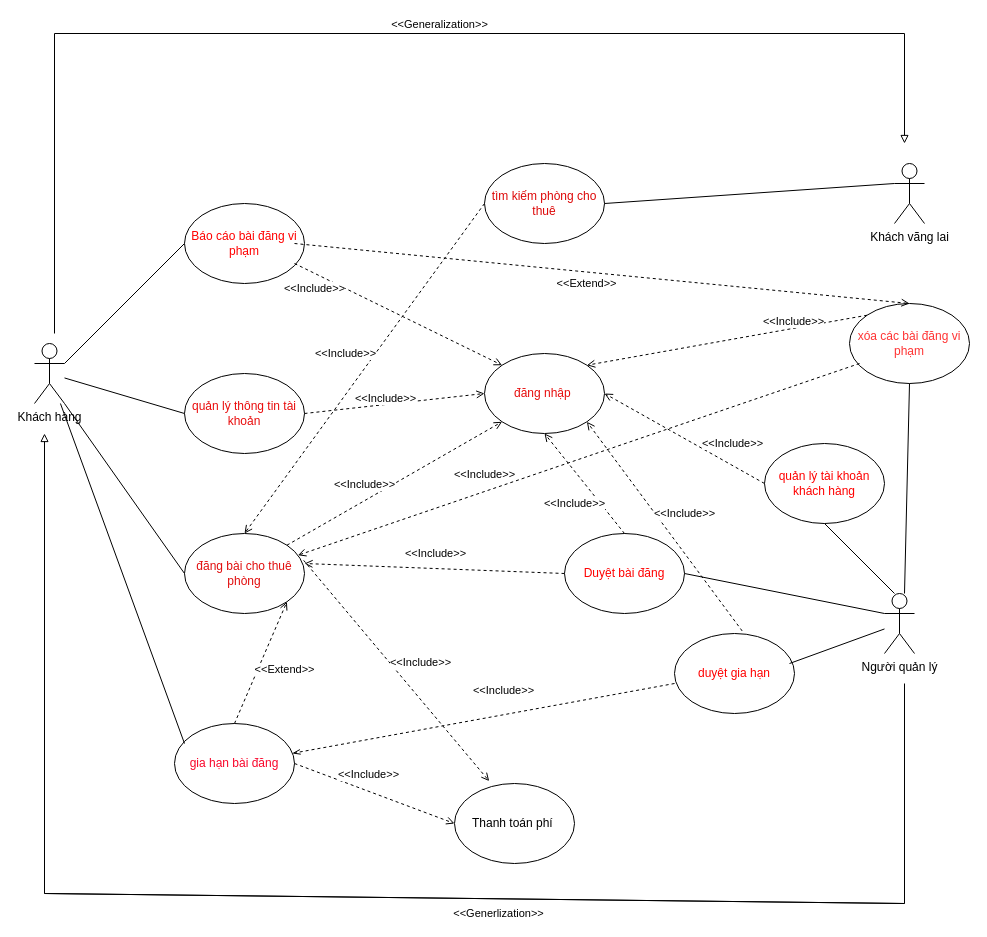
Above: page "Page-1" (1 of 7) of usecase.drawio in Uechi123/PTTKHTTT (draw.io), before the change. Source tidied: cells renumbered, new cells numbered last; positions are measured from the earlier drawing's top-left corner, leaving out a move shared by most shapes. Both pictures are drawn from the tidied source at 100%, with x=0, y=0 at pixel (34, 33).
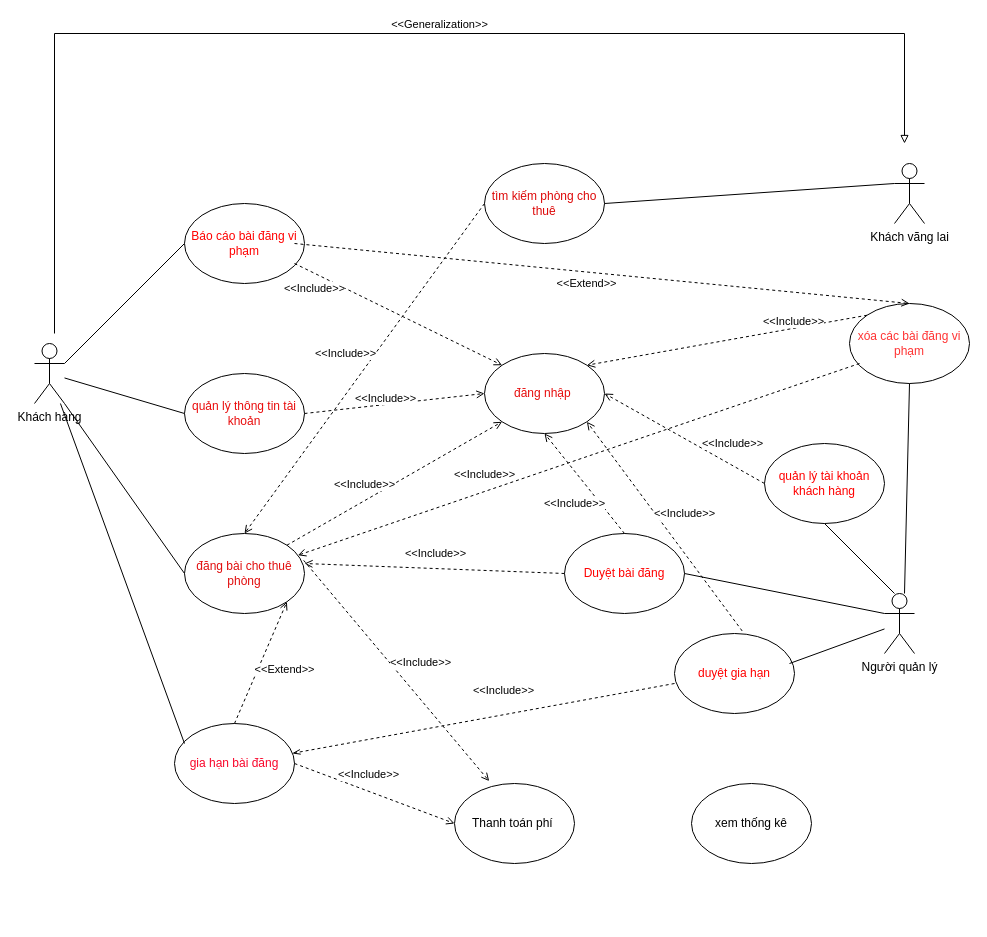
After the change.

Change to the diagram source:
```diff
@@
-    <mxCell id="58" style="endArrow=none;html=1;rounded=0;" parent="1" edge="1">
-      <mxGeometry relative="1" as="geometry">
-        <mxPoint x="870" y="870" as="sourcePoint" />
-        <mxPoint x="870" y="650" as="targetPoint" />
-        <Array as="points">
-          <mxPoint x="10" y="860" />
-          <mxPoint x="870" y="870" />
-        </Array>
-      </mxGeometry>
-    </mxCell>
-    <mxCell id="59" value="&amp;lt;&amp;lt;Generlization&amp;gt;&amp;gt;" style="edgeLabel;html=1;align=center;verticalAlign=middle;" parent="58" vertex="1">
-      <mxGeometry x="0.33" y="-2" relative="1" as="geometry">
-        <mxPoint x="24" y="13" as="offset" />
-      </mxGeometry>
-    </mxCell>
-    <mxCell id="60" style="endArrow=block;html=1;rounded=0;endFill=0;" parent="1" edge="1">
-      <mxGeometry relative="1" as="geometry">
-        <mxPoint x="10" y="860" as="sourcePoint" />
-        <mxPoint x="10" y="400" as="targetPoint" />
-      </mxGeometry>
-    </mxCell>
+    <mxCell id="61" value="xem thống kê" style="ellipse;whiteSpace=wrap;html=1;" parent="1" vertex="1">
+      <mxGeometry x="657" y="750" width="120" height="80" as="geometry" />
+    </mxCell>
```
